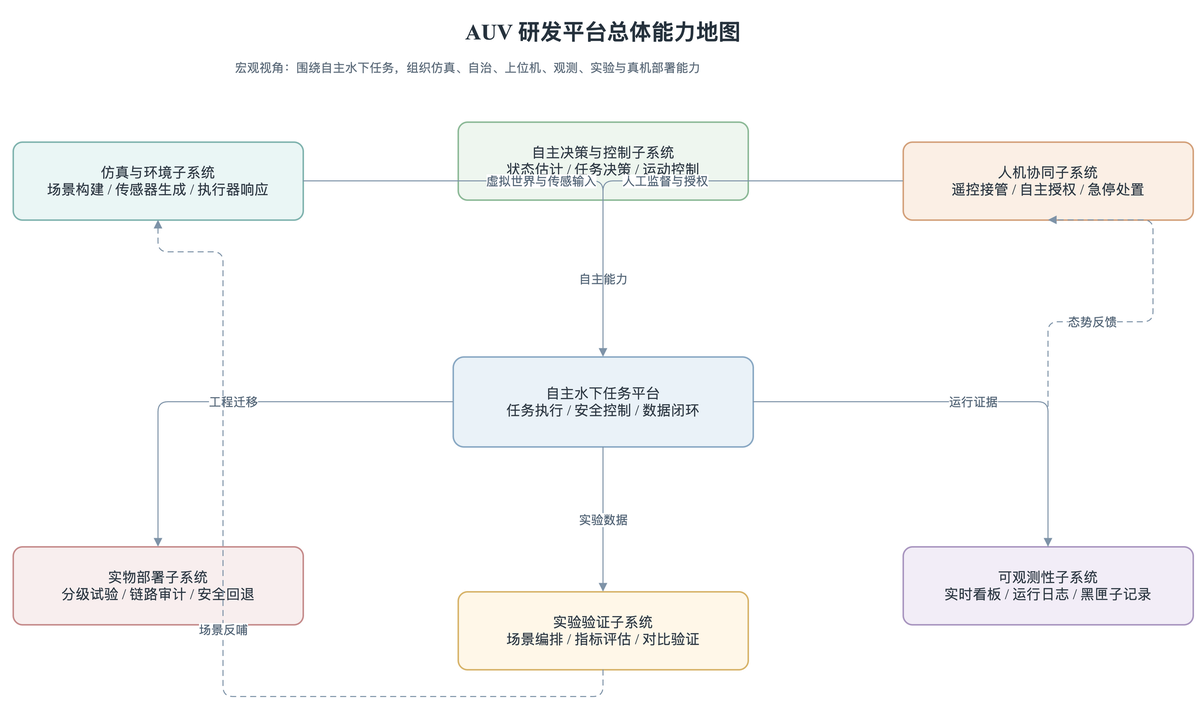
This is docs/thesis/figures/architecture/auv_system_capability_map.drawio.png from 360ZMEM/AUV-Master-Project, a draw.io export, as it was before one commit. Source tidied: cells renumbered, new cells last; positions are measured from the earlier drawing's top-left corner, leaving out a move shared by most shapes.
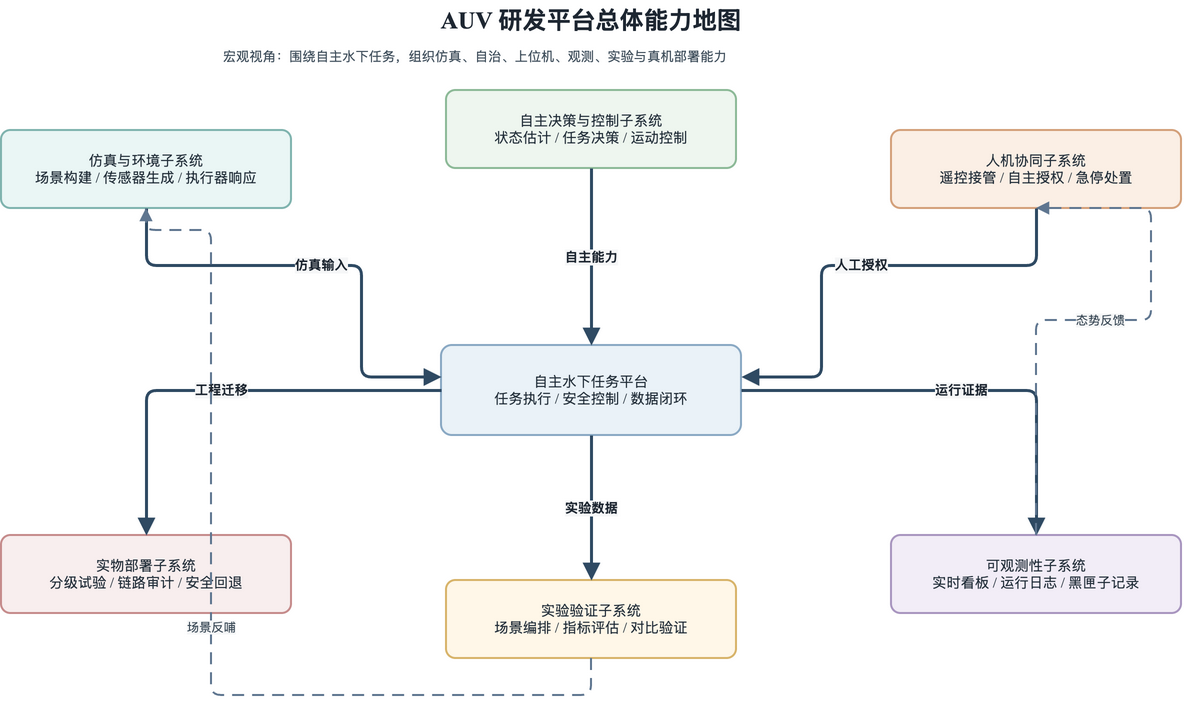
Above is the later version.

Diff of the diagram source:
```diff
@@ -2,63 +2,73 @@
   <root>
     <mxCell id="0" />
     <mxCell id="1" parent="0" />
-    <mxCell id="2" value="AUV 研发平台总体能力地图" style="text;html=1;strokeColor=none;fillColor=none;align=center;verticalAlign=middle;whiteSpace=wrap;rounded=0;fontFamily=Noto Serif CJK SC,Times New Roman;fontSize=22;fontStyle=1;fontColor=#26323D;" parent="1" vertex="1">
+    <mxCell id="2" value="AUV 研发平台总体能力地图" style="text;html=1;strokeColor=none;fillColor=none;align=center;verticalAlign=middle;whiteSpace=wrap;rounded=0;fontFamily=Noto Serif CJK SC,Times New Roman;fontSize=24;fontStyle=1;fontColor=#1E2732;" parent="1" vertex="1">
       <mxGeometry x="240" width="700" height="40" as="geometry" />
     </mxCell>
-    <mxCell id="3" value="宏观视角：围绕自主水下任务，组织仿真、自治、上位机、观测、实验与真机部署能力" style="text;html=1;strokeColor=none;fillColor=none;align=left;verticalAlign=top;whiteSpace=wrap;rounded=0;fontFamily=Noto Serif CJK SC,Times New Roman;fontSize=12;fontColor=#5C6B7A;" parent="1" vertex="1">
+    <mxCell id="3" value="宏观视角：围绕自主水下任务，组织仿真、自治、上位机、观测、实验与真机部署能力" style="text;html=1;strokeColor=none;fillColor=none;align=left;verticalAlign=top;whiteSpace=wrap;rounded=0;fontFamily=Noto Serif CJK SC,Times New Roman;fontSize=13;fontColor=#43525F;" parent="1" vertex="1">
       <mxGeometry x="220" y="42" width="760" height="34" as="geometry" />
     </mxCell>
-    <mxCell id="4" value="自主水下任务平台&#10;任务执行 / 安全控制 / 数据闭环" style="rounded=1;whiteSpace=wrap;html=1;arcSize=12;fillColor=#EAF2F8;strokeColor=#8AA9C4;strokeWidth=1.5;spacing=8;fontFamily=Noto Serif CJK SC,Times New Roman;fontSize=14;fontColor=#2F3A45;" parent="1" vertex="1">
+    <mxCell id="4" value="自主水下任务平台&#10;任务执行 / 安全控制 / 数据闭环" style="rounded=1;whiteSpace=wrap;html=1;arcSize=12;fillColor=#EAF2F8;strokeColor=#8AA9C4;strokeWidth=2;spacing=8;shadow=0;fontFamily=Noto Serif CJK SC,Times New Roman;fontSize=14;fontColor=#26323D;" parent="1" vertex="1">
       <mxGeometry x="440" y="345" width="300" height="90" as="geometry" />
     </mxCell>
-    <mxCell id="5" value="仿真与环境子系统&#10;场景构建 / 传感器生成 / 执行器响应" style="rounded=1;whiteSpace=wrap;html=1;arcSize=12;fillColor=#EAF6F5;strokeColor=#80B4AF;strokeWidth=1.5;spacing=8;fontFamily=Noto Serif CJK SC,Times New Roman;fontSize=14;fontColor=#2F3A45;" parent="1" vertex="1">
+    <mxCell id="5" value="仿真与环境子系统&#10;场景构建 / 传感器生成 / 执行器响应" style="rounded=1;whiteSpace=wrap;html=1;arcSize=12;fillColor=#EAF6F5;strokeColor=#80B4AF;strokeWidth=2;spacing=8;shadow=0;fontFamily=Noto Serif CJK SC,Times New Roman;fontSize=14;fontColor=#26323D;" parent="1" vertex="1">
       <mxGeometry y="130" width="290" height="78" as="geometry" />
     </mxCell>
-    <mxCell id="6" value="自主决策与控制子系统&#10;状态估计 / 任务决策 / 运动控制" style="rounded=1;whiteSpace=wrap;html=1;arcSize=12;fillColor=#EEF6EF;strokeColor=#8DBA98;strokeWidth=1.5;spacing=8;fontFamily=Noto Serif CJK SC,Times New Roman;fontSize=14;fontColor=#2F3A45;" parent="1" vertex="1">
-      <mxGeometry x="445" y="110" width="290" height="78" as="geometry" />
+    <mxCell id="6" value="自主决策与控制子系统&#10;状态估计 / 任务决策 / 运动控制" style="rounded=1;whiteSpace=wrap;html=1;arcSize=12;fillColor=#EEF6EF;strokeColor=#8DBA98;strokeWidth=2;spacing=8;shadow=0;fontFamily=Noto Serif CJK SC,Times New Roman;fontSize=14;fontColor=#26323D;" parent="1" vertex="1">
+      <mxGeometry x="445" y="90" width="290" height="78" as="geometry" />
     </mxCell>
-    <mxCell id="7" value="人机协同子系统&#10;遥控接管 / 自主授权 / 急停处置" style="rounded=1;whiteSpace=wrap;html=1;arcSize=12;fillColor=#FBEFE5;strokeColor=#D4A17B;strokeWidth=1.5;spacing=8;fontFamily=Noto Serif CJK SC,Times New Roman;fontSize=14;fontColor=#2F3A45;" parent="1" vertex="1">
+    <mxCell id="7" value="人机协同子系统&#10;遥控接管 / 自主授权 / 急停处置" style="rounded=1;whiteSpace=wrap;html=1;arcSize=12;fillColor=#FBEFE5;strokeColor=#D4A17B;strokeWidth=2;spacing=8;shadow=0;fontFamily=Noto Serif CJK SC,Times New Roman;fontSize=14;fontColor=#26323D;" parent="1" vertex="1">
       <mxGeometry x="890" y="130" width="290" height="78" as="geometry" />
     </mxCell>
-    <mxCell id="8" value="可观测性子系统&#10;实时看板 / 运行日志 / 黑匣子记录" style="rounded=1;whiteSpace=wrap;html=1;arcSize=12;fillColor=#F2EDF7;strokeColor=#A996C0;strokeWidth=1.5;spacing=8;fontFamily=Noto Serif CJK SC,Times New Roman;fontSize=14;fontColor=#2F3A45;" parent="1" vertex="1">
+    <mxCell id="8" value="可观测性子系统&#10;实时看板 / 运行日志 / 黑匣子记录" style="rounded=1;whiteSpace=wrap;html=1;arcSize=12;fillColor=#F2EDF7;strokeColor=#A996C0;strokeWidth=2;spacing=8;shadow=0;fontFamily=Noto Serif CJK SC,Times New Roman;fontSize=14;fontColor=#26323D;" parent="1" vertex="1">
       <mxGeometry x="890" y="535" width="290" height="78" as="geometry" />
     </mxCell>
-    <mxCell id="9" value="实验验证子系统&#10;场景编排 / 指标评估 / 对比验证" style="rounded=1;whiteSpace=wrap;html=1;arcSize=12;fillColor=#FFF7E8;strokeColor=#D8B46A;strokeWidth=1.5;spacing=8;fontFamily=Noto Serif CJK SC,Times New Roman;fontSize=14;fontColor=#2F3A45;" parent="1" vertex="1">
+    <mxCell id="9" value="实验验证子系统&#10;场景编排 / 指标评估 / 对比验证" style="rounded=1;whiteSpace=wrap;html=1;arcSize=12;fillColor=#FFF7E8;strokeColor=#D8B46A;strokeWidth=2;spacing=8;shadow=0;fontFamily=Noto Serif CJK SC,Times New Roman;fontSize=14;fontColor=#26323D;" parent="1" vertex="1">
       <mxGeometry x="445" y="580" width="290" height="78" as="geometry" />
     </mxCell>
-    <mxCell id="10" value="实物部署子系统&#10;分级试验 / 链路审计 / 安全回退" style="rounded=1;whiteSpace=wrap;html=1;arcSize=12;fillColor=#F8EEEE;strokeColor=#C68C8C;strokeWidth=1.5;spacing=8;fontFamily=Noto Serif CJK SC,Times New Roman;fontSize=14;fontColor=#2F3A45;" parent="1" vertex="1">
+    <mxCell id="10" value="实物部署子系统&#10;分级试验 / 链路审计 / 安全回退" style="rounded=1;whiteSpace=wrap;html=1;arcSize=12;fillColor=#F8EEEE;strokeColor=#C68C8C;strokeWidth=2;spacing=8;shadow=0;fontFamily=Noto Serif CJK SC,Times New Roman;fontSize=14;fontColor=#26323D;" parent="1" vertex="1">
       <mxGeometry y="535" width="290" height="78" as="geometry" />
     </mxCell>
-    <mxCell id="11" value="虚拟世界与传感输入" style="edgeStyle=orthogonalEdgeStyle;rounded=1;jettySize=auto;html=1;strokeColor=#7E93A8;fontColor=#536577;fontSize=12;endArrow=block;endFill=1;exitX=1;entryX=0;" parent="1" edge="1" source="5" target="4">
-      <mxGeometry relative="1" as="geometry" />
+    <mxCell id="11" value="仿真输入" style="edgeStyle=orthogonalEdgeStyle;rounded=1;jettySize=auto;html=1;strokeColor=#2F4A63;fontColor=#1E2732;fontSize=13;fontStyle=1;strokeWidth=3;labelBackgroundColor=#F6F7F8;labelBorderColor=none;endArrow=block;endFill=1;endSize=10;exitX=0.5;exitY=1;entryX=0;entryY=0.35;" parent="1" edge="1" source="5" target="4">
+      <mxGeometry relative="1" as="geometry">
+        <Array as="points">
+          <mxPoint x="145" y="265" />
+          <mxPoint x="360" y="390" />
+        </Array>
+      </mxGeometry>
     </mxCell>
-    <mxCell id="12" value="自主能力" style="edgeStyle=orthogonalEdgeStyle;rounded=1;jettySize=auto;html=1;strokeColor=#7E93A8;fontColor=#536577;fontSize=12;endArrow=block;endFill=1;exitX=0.5;exitY=1;entryX=0.5;entryY=0;" parent="1" edge="1" source="6" target="4">
+    <mxCell id="12" value="自主能力" style="edgeStyle=orthogonalEdgeStyle;rounded=1;jettySize=auto;html=1;strokeColor=#2F4A63;fontColor=#1E2732;fontSize=13;fontStyle=1;strokeWidth=3;labelBackgroundColor=#F6F7F8;labelBorderColor=none;endArrow=block;endFill=1;endSize=10;exitX=0.5;exitY=1;entryX=0.5;entryY=0;" parent="1" edge="1" source="6" target="4">
       <mxGeometry relative="1" as="geometry" />
     </mxCell>
-    <mxCell id="13" value="人工监督与授权" style="edgeStyle=orthogonalEdgeStyle;rounded=1;jettySize=auto;html=1;strokeColor=#7E93A8;fontColor=#536577;fontSize=12;endArrow=block;endFill=1;exitX=0;entryX=1;" parent="1" edge="1" source="7" target="4">
-      <mxGeometry relative="1" as="geometry" />
+    <mxCell id="13" value="人工授权" style="edgeStyle=orthogonalEdgeStyle;rounded=1;jettySize=auto;html=1;strokeColor=#2F4A63;fontColor=#1E2732;fontSize=13;fontStyle=1;strokeWidth=3;labelBackgroundColor=#F6F7F8;labelBorderColor=none;endArrow=block;endFill=1;endSize=10;exitX=0.5;exitY=1;entryX=1;entryY=0.35;" parent="1" edge="1" source="7" target="4">
+      <mxGeometry relative="1" as="geometry">
+        <Array as="points">
+          <mxPoint x="1035" y="265" />
+          <mxPoint x="820" y="390" />
+        </Array>
+      </mxGeometry>
     </mxCell>
-    <mxCell id="14" value="运行证据" style="edgeStyle=orthogonalEdgeStyle;rounded=1;jettySize=auto;html=1;strokeColor=#7E93A8;fontColor=#536577;fontSize=12;endArrow=block;endFill=1;exitX=1;entryX=0;" parent="1" edge="1" source="4" target="8">
+    <mxCell id="14" value="运行证据" style="edgeStyle=orthogonalEdgeStyle;rounded=1;jettySize=auto;html=1;strokeColor=#2F4A63;fontColor=#1E2732;fontSize=13;fontStyle=1;strokeWidth=3;labelBackgroundColor=#F6F7F8;labelBorderColor=none;endArrow=block;endFill=1;endSize=10;exitX=1;entryX=0;" parent="1" edge="1" source="4" target="8">
       <mxGeometry relative="1" as="geometry" />
     </mxCell>
-    <mxCell id="15" value="实验数据" style="edgeStyle=orthogonalEdgeStyle;rounded=1;jettySize=auto;html=1;strokeColor=#7E93A8;fontColor=#536577;fontSize=12;endArrow=block;endFill=1;exitX=0.5;exitY=1;entryX=0.5;entryY=0;" parent="1" edge="1" source="4" target="9">
+    <mxCell id="15" value="实验数据" style="edgeStyle=orthogonalEdgeStyle;rounded=1;jettySize=auto;html=1;strokeColor=#2F4A63;fontColor=#1E2732;fontSize=13;fontStyle=1;strokeWidth=3;labelBackgroundColor=#F6F7F8;labelBorderColor=none;endArrow=block;endFill=1;endSize=10;exitX=0.5;exitY=1;entryX=0.5;entryY=0;" parent="1" edge="1" source="4" target="9">
       <mxGeometry relative="1" as="geometry" />
     </mxCell>
-    <mxCell id="16" value="工程迁移" style="edgeStyle=orthogonalEdgeStyle;rounded=1;jettySize=auto;html=1;strokeColor=#7E93A8;fontColor=#536577;fontSize=12;endArrow=block;endFill=1;exitX=0;entryX=1;" parent="1" edge="1" source="4" target="10">
+    <mxCell id="16" value="工程迁移" style="edgeStyle=orthogonalEdgeStyle;rounded=1;jettySize=auto;html=1;strokeColor=#2F4A63;fontColor=#1E2732;fontSize=13;fontStyle=1;strokeWidth=3;labelBackgroundColor=#F6F7F8;labelBorderColor=none;endArrow=block;endFill=1;endSize=10;exitX=0;entryX=1;" parent="1" edge="1" source="4" target="10">
       <mxGeometry relative="1" as="geometry" />
     </mxCell>
-    <mxCell id="17" value="场景反哺" style="edgeStyle=orthogonalEdgeStyle;rounded=1;jettySize=auto;html=1;strokeColor=#7E93A8;fontColor=#536577;fontSize=12;endArrow=block;endFill=1;dashed=1;dashPattern=6 4;exitX=0;entryX=0.5;entryY=1;" parent="1" edge="1" source="9" target="5">
+    <mxCell id="17" value="场景反哺" style="edgeStyle=orthogonalEdgeStyle;rounded=1;jettySize=auto;html=1;strokeColor=#5F7690;fontColor=#3B4A57;fontSize=12;strokeWidth=2;labelBackgroundColor=#F6F7F8;labelBorderColor=none;endArrow=block;endFill=1;endSize=8;dashed=1;dashPattern=6 4;exitX=0;entryX=0.5;entryY=1;" parent="1" edge="1" source="9" target="5">
       <mxGeometry relative="1" as="geometry">
         <Array as="points">
-          <mxPoint x="210" y="685" />
-          <mxPoint x="210" y="240" />
+          <mxPoint x="210" y="695" />
+          <mxPoint x="210" y="230" />
         </Array>
       </mxGeometry>
     </mxCell>
-    <mxCell id="18" value="态势反馈" style="edgeStyle=orthogonalEdgeStyle;rounded=1;jettySize=auto;html=1;strokeColor=#7E93A8;fontColor=#536577;fontSize=12;endArrow=block;endFill=1;dashed=1;dashPattern=6 4;exitX=0.5;exitY=0;entryX=0.5;entryY=1;" parent="1" edge="1" source="8" target="7">
+    <mxCell id="18" value="态势反馈" style="edgeStyle=orthogonalEdgeStyle;rounded=1;jettySize=auto;html=1;strokeColor=#5F7690;fontColor=#3B4A57;fontSize=12;strokeWidth=2;labelBackgroundColor=#F6F7F8;labelBorderColor=none;endArrow=block;endFill=1;endSize=8;dashed=1;dashPattern=6 4;exitX=0.5;exitY=0;entryX=0.5;entryY=1;" parent="1" edge="1" source="8" target="7">
       <mxGeometry relative="1" as="geometry">
         <Array as="points">
-          <mxPoint x="1140" y="310" />
+          <mxPoint x="1150" y="320" />
         </Array>
       </mxGeometry>
     </mxCell>
```
